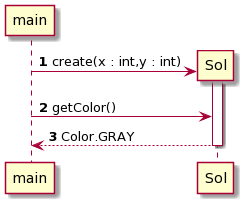
Before: documents/version3/diagrammeSol.png, a diagram exported from PlantUML (MichelGrolet/2d-game).
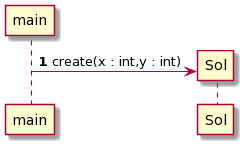
Above is the later version.

Commit message:
Modification des diagrammes pour tenir compte de retrait des couleurs

Change to the diagram source:
```diff
@@ -2,11 +2,4 @@
 autonumber
 
 main -> Sol**: create(x : int,y : int)
-
-activate Sol
-
-main -> Sol: getColor()
-main <-- Sol: Color.GRAY
-
-deactivate Sol
 @enduml
```
